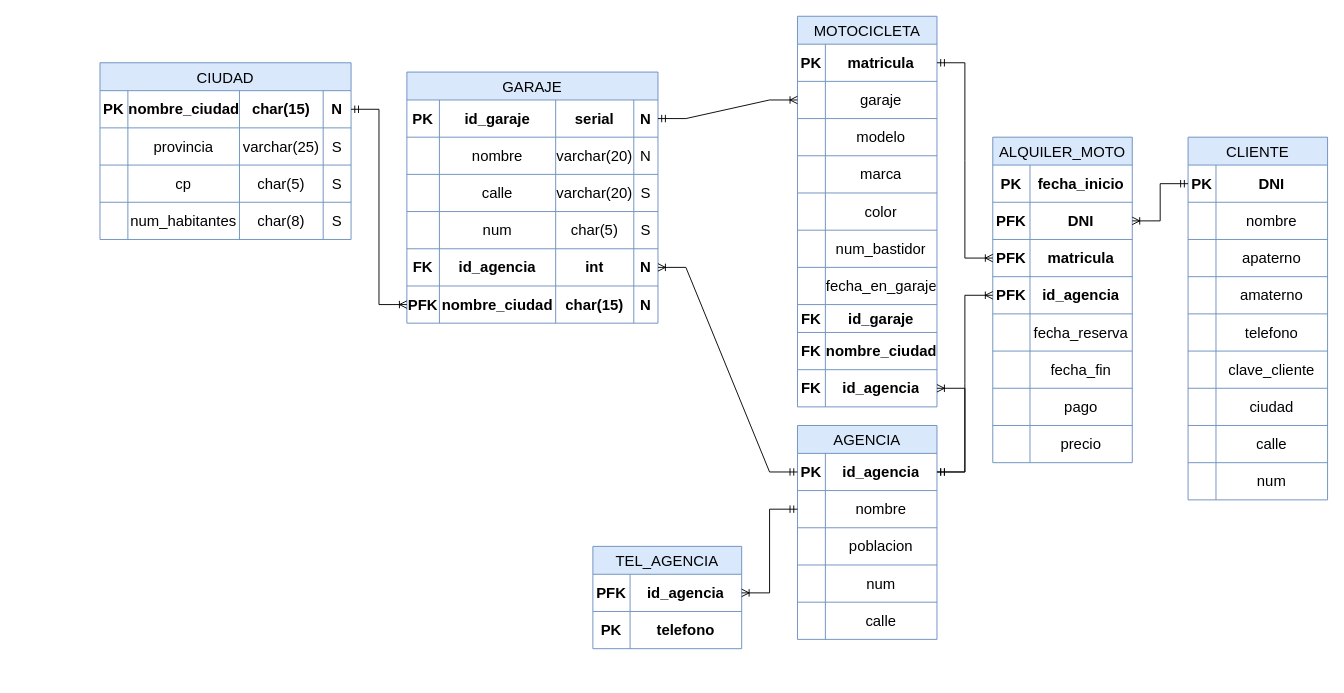
Before: Modelo Fisico Motocicletas TBD.drawio in misiomishi/itcj, a draw.io diagram. Source tidied: cells renumbered, new cells numbered last; positions are measured from the earlier drawing's top-left corner, leaving out a move shared by most shapes. Both pictures are drawn from the tidied source at 93%, with x=0, y=0 at pixel (100, 16).
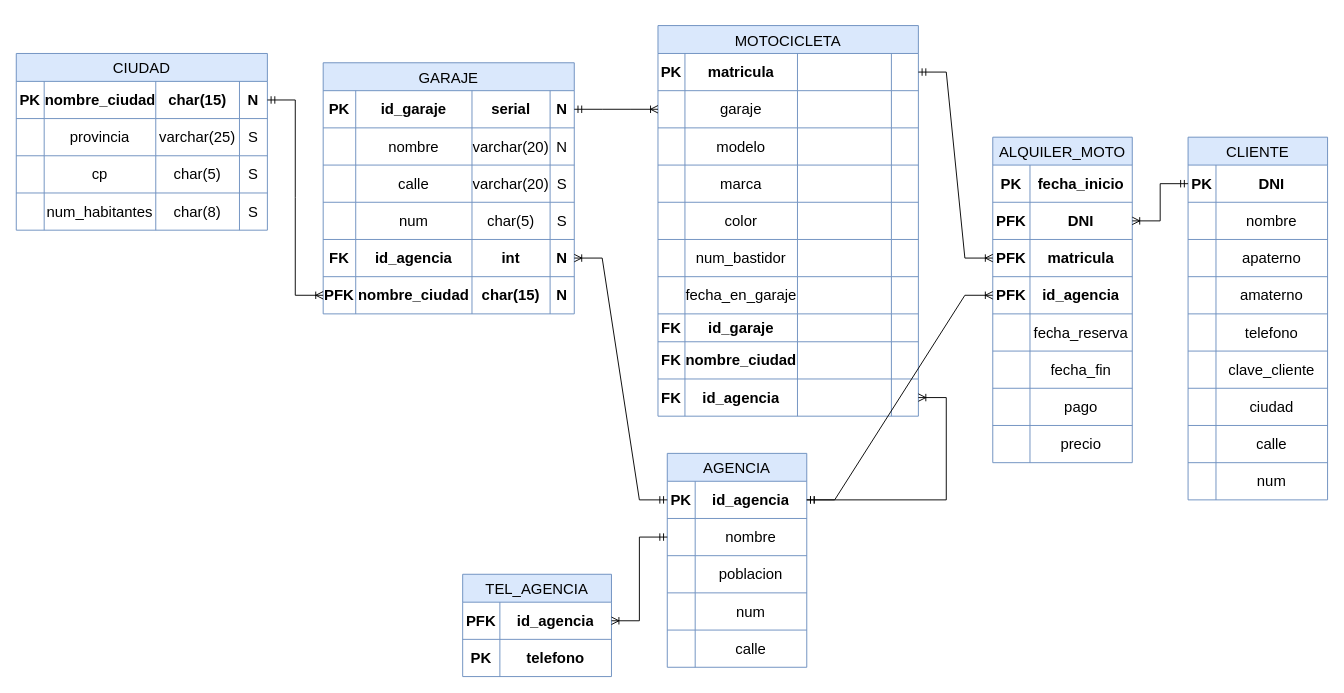
The same diagram, later.

Diff of the diagram source:
```diff
@@
     <mxCell id="2" value="CIUDAD" style="shape=table;startSize=30;childLayout=tableLayout;strokeColor=#6c8ebf;fontSize=16;fillColor=#dae8fc;" parent="1" vertex="1">
-      <mxGeometry y="50" width="270" height="190" as="geometry" />
+      <mxGeometry x="-90" y="40" width="270" height="190" as="geometry" />
     </mxCell>
@@
     <mxCell id="23" value="AGENCIA" style="shape=table;startSize=30;childLayout=tableLayout;strokeColor=#6c8ebf;fontSize=16;fillColor=#dae8fc;" parent="1" vertex="1">
-      <mxGeometry x="750" y="440" width="150" height="230" as="geometry" />
+      <mxGeometry x="610" y="470" width="150" height="230" as="geometry" />
     </mxCell>
@@
     <mxCell id="67" value="MOTOCICLETA" style="shape=table;startSize=30;childLayout=tableLayout;strokeColor=#6c8ebf;fontSize=16;fillColor=#dae8fc;" parent="1" vertex="1">
-      <mxGeometry x="750" width="150" height="420" as="geometry" />
+      <mxGeometry x="600" y="10" width="280" height="420" as="geometry" />
     </mxCell>
     <mxCell id="68" style="shape=tableRow;horizontal=0;startSize=0;swimlaneHead=0;swimlaneBody=0;strokeColor=inherit;top=0;left=0;bottom=0;right=0;fillColor=none;points=[[0,0.5],[1,0.5]];portConstraint=eastwest;fontSize=16;" parent="67" vertex="1">
-      <mxGeometry y="30" width="150" height="40" as="geometry" />
+      <mxGeometry y="30" width="280" height="40" as="geometry" />
     </mxCell>
     <mxCell id="69" value="PK" style="shape=partialRectangle;html=1;whiteSpace=wrap;strokeColor=inherit;overflow=hidden;fillColor=none;top=0;left=0;bottom=0;right=0;fontSize=16;fontStyle=1;" parent="68" vertex="1">
-      <mxGeometry width="30" height="40" as="geometry" />
+      <mxGeometry width="29" height="40" as="geometry" />
     </mxCell>
     <mxCell id="70" value="matricula" style="shape=partialRectangle;html=1;whiteSpace=wrap;strokeColor=inherit;overflow=hidden;fillColor=none;top=0;left=0;bottom=0;right=0;fontSize=16;fontStyle=1;" parent="68" vertex="1">
-      <mxGeometry x="30" width="120" height="40" as="geometry" />
+      <mxGeometry x="29" width="121" height="40" as="geometry" />
     </mxCell>
+    <mxCell id="169" style="shape=partialRectangle;html=1;whiteSpace=wrap;strokeColor=inherit;overflow=hidden;fillColor=none;top=0;left=0;bottom=0;right=0;fontSize=16;fontStyle=1;" parent="68" vertex="1">
+      <mxGeometry x="150" width="101" height="40" as="geometry" />
+    </mxCell>
+    <mxCell id="170" style="shape=partialRectangle;html=1;whiteSpace=wrap;strokeColor=inherit;overflow=hidden;fillColor=none;top=0;left=0;bottom=0;right=0;fontSize=16;fontStyle=1;" parent="68" vertex="1">
+      <mxGeometry x="251" width="29" height="40" as="geometry" />
+    </mxCell>
     <mxCell id="71" style="shape=tableRow;horizontal=0;startSize=0;swimlaneHead=0;swimlaneBody=0;strokeColor=inherit;top=0;left=0;bottom=0;right=0;fillColor=none;points=[[0,0.5],[1,0.5]];portConstraint=eastwest;fontSize=16;" parent="67" vertex="1">
-      <mxGeometry y="70" width="150" height="40" as="geometry" />
+      <mxGeometry y="70" width="280" height="40" as="geometry" />
     </mxCell>
     <mxCell id="72" style="shape=partialRectangle;html=1;whiteSpace=wrap;strokeColor=inherit;overflow=hidden;fillColor=none;top=0;left=0;bottom=0;right=0;fontSize=16;" parent="71" vertex="1">
-      <mxGeometry width="30" height="40" as="geometry" />
+      <mxGeometry width="29" height="40" as="geometry" />
     </mxCell>
     <mxCell id="73" value="garaje" style="shape=partialRectangle;html=1;whiteSpace=wrap;strokeColor=inherit;overflow=hidden;fillColor=none;top=0;left=0;bottom=0;right=0;fontSize=16;" parent="71" vertex="1">
-      <mxGeometry x="30" width="120" height="40" as="geometry" />
+      <mxGeometry x="29" width="121" height="40" as="geometry" />
     </mxCell>
+    <mxCell id="171" style="shape=partialRectangle;html=1;whiteSpace=wrap;strokeColor=inherit;overflow=hidden;fillColor=none;top=0;left=0;bottom=0;right=0;fontSize=16;" parent="71" vertex="1">
+      <mxGeometry x="150" width="101" height="40" as="geometry" />
+    </mxCell>
+    <mxCell id="172" style="shape=partialRectangle;html=1;whiteSpace=wrap;strokeColor=inherit;overflow=hidden;fillColor=none;top=0;left=0;bottom=0;right=0;fontSize=16;" parent="71" vertex="1">
+      <mxGeometry x="251" width="29" height="40" as="geometry" />
+    </mxCell>
     <mxCell id="74" style="shape=tableRow;horizontal=0;startSize=0;swimlaneHead=0;swimlaneBody=0;strokeColor=inherit;top=0;left=0;bottom=0;right=0;fillColor=none;fontSize=16;" parent="67" vertex="1">
-      <mxGeometry y="110" width="150" height="40" as="geometry" />
+      <mxGeometry y="110" width="280" height="40" as="geometry" />
     </mxCell>
     <mxCell id="75" style="shape=partialRectangle;html=1;whiteSpace=wrap;strokeColor=inherit;overflow=hidden;fillColor=none;top=0;left=0;bottom=0;right=0;fontSize=16;" parent="74" vertex="1">
-      <mxGeometry width="30" height="40" as="geometry" />
+      <mxGeometry width="29" height="40" as="geometry" />
     </mxCell>
     <mxCell id="76" value="modelo" style="shape=partialRectangle;html=1;whiteSpace=wrap;strokeColor=inherit;overflow=hidden;fillColor=none;top=0;left=0;bottom=0;right=0;fontSize=16;" parent="74" vertex="1">
-      <mxGeometry x="30" width="120" height="40" as="geometry" />
+      <mxGeometry x="29" width="121" height="40" as="geometry" />
     </mxCell>
+    <mxCell id="173" style="shape=partialRectangle;html=1;whiteSpace=wrap;strokeColor=inherit;overflow=hidden;fillColor=none;top=0;left=0;bottom=0;right=0;fontSize=16;" parent="74" vertex="1">
+      <mxGeometry x="150" width="101" height="40" as="geometry" />
+    </mxCell>
+    <mxCell id="174" style="shape=partialRectangle;html=1;whiteSpace=wrap;strokeColor=inherit;overflow=hidden;fillColor=none;top=0;left=0;bottom=0;right=0;fontSize=16;" parent="74" vertex="1">
+      <mxGeometry x="251" width="29" height="40" as="geometry" />
+    </mxCell>
     <mxCell id="77" style="shape=tableRow;horizontal=0;startSize=0;swimlaneHead=0;swimlaneBody=0;strokeColor=inherit;top=0;left=0;bottom=0;right=0;fillColor=none;fontSize=16;" parent="67" vertex="1">
-      <mxGeometry y="150" width="150" height="40" as="geometry" />
+      <mxGeometry y="150" width="280" height="40" as="geometry" />
     </mxCell>
     <mxCell id="78" style="shape=partialRectangle;html=1;whiteSpace=wrap;strokeColor=inherit;overflow=hidden;fillColor=none;top=0;left=0;bottom=0;right=0;fontSize=16;" parent="77" vertex="1">
-      <mxGeometry width="30" height="40" as="geometry" />
+      <mxGeometry width="29" height="40" as="geometry" />
     </mxCell>
     <mxCell id="79" value="marca" style="shape=partialRectangle;html=1;whiteSpace=wrap;strokeColor=inherit;overflow=hidden;fillColor=none;top=0;left=0;bottom=0;right=0;fontSize=16;" parent="77" vertex="1">
-      <mxGeometry x="30" width="120" height="40" as="geometry" />
+      <mxGeometry x="29" width="121" height="40" as="geometry" />
     </mxCell>
+    <mxCell id="175" style="shape=partialRectangle;html=1;whiteSpace=wrap;strokeColor=inherit;overflow=hidden;fillColor=none;top=0;left=0;bottom=0;right=0;fontSize=16;" parent="77" vertex="1">
+      <mxGeometry x="150" width="101" height="40" as="geometry" />
+    </mxCell>
+    <mxCell id="176" style="shape=partialRectangle;html=1;whiteSpace=wrap;strokeColor=inherit;overflow=hidden;fillColor=none;top=0;left=0;bottom=0;right=0;fontSize=16;" parent="77" vertex="1">
+      <mxGeometry x="251" width="29" height="40" as="geometry" />
+    </mxCell>
     <mxCell id="80" style="shape=tableRow;horizontal=0;startSize=0;swimlaneHead=0;swimlaneBody=0;strokeColor=inherit;top=0;left=0;bottom=0;right=0;fillColor=none;fontSize=16;" parent="67" vertex="1">
-      <mxGeometry y="190" width="150" height="40" as="geometry" />
+      <mxGeometry y="190" width="280" height="40" as="geometry" />
     </mxCell>
     <mxCell id="81" style="shape=partialRectangle;html=1;whiteSpace=wrap;strokeColor=inherit;overflow=hidden;fillColor=none;top=0;left=0;bottom=0;right=0;fontSize=16;" parent="80" vertex="1">
-      <mxGeometry width="30" height="40" as="geometry" />
+      <mxGeometry width="29" height="40" as="geometry" />
     </mxCell>
     <mxCell id="82" value="color" style="shape=partialRectangle;html=1;whiteSpace=wrap;strokeColor=inherit;overflow=hidden;fillColor=none;top=0;left=0;bottom=0;right=0;fontSize=16;" parent="80" vertex="1">
-      <mxGeometry x="30" width="120" height="40" as="geometry" />
+      <mxGeometry x="29" width="121" height="40" as="geometry" />
     </mxCell>
+    <mxCell id="177" style="shape=partialRectangle;html=1;whiteSpace=wrap;strokeColor=inherit;overflow=hidden;fillColor=none;top=0;left=0;bottom=0;right=0;fontSize=16;" parent="80" vertex="1">
+      <mxGeometry x="150" width="101" height="40" as="geometry" />
+    </mxCell>
+    <mxCell id="178" style="shape=partialRectangle;html=1;whiteSpace=wrap;strokeColor=inherit;overflow=hidden;fillColor=none;top=0;left=0;bottom=0;right=0;fontSize=16;" parent="80" vertex="1">
+      <mxGeometry x="251" width="29" height="40" as="geometry" />
+    </mxCell>
     <mxCell id="83" style="shape=tableRow;horizontal=0;startSize=0;swimlaneHead=0;swimlaneBody=0;strokeColor=inherit;top=0;left=0;bottom=0;right=0;fillColor=none;fontSize=16;" parent="67" vertex="1">
-      <mxGeometry y="230" width="150" height="40" as="geometry" />
+      <mxGeometry y="230" width="280" height="40" as="geometry" />
     </mxCell>
     <mxCell id="84" style="shape=partialRectangle;html=1;whiteSpace=wrap;strokeColor=inherit;overflow=hidden;fillColor=none;top=0;left=0;bottom=0;right=0;fontSize=16;" parent="83" vertex="1">
-      <mxGeometry width="30" height="40" as="geometry" />
+      <mxGeometry width="29" height="40" as="geometry" />
     </mxCell>
     <mxCell id="85" value="num_bastidor" style="shape=partialRectangle;html=1;whiteSpace=wrap;strokeColor=inherit;overflow=hidden;fillColor=none;top=0;left=0;bottom=0;right=0;fontSize=16;" parent="83" vertex="1">
-      <mxGeometry x="30" width="120" height="40" as="geometry" />
+      <mxGeometry x="29" width="121" height="40" as="geometry" />
     </mxCell>
+    <mxCell id="179" style="shape=partialRectangle;html=1;whiteSpace=wrap;strokeColor=inherit;overflow=hidden;fillColor=none;top=0;left=0;bottom=0;right=0;fontSize=16;" parent="83" vertex="1">
+      <mxGeometry x="150" width="101" height="40" as="geometry" />
+    </mxCell>
+    <mxCell id="180" style="shape=partialRectangle;html=1;whiteSpace=wrap;strokeColor=inherit;overflow=hidden;fillColor=none;top=0;left=0;bottom=0;right=0;fontSize=16;" parent="83" vertex="1">
+      <mxGeometry x="251" width="29" height="40" as="geometry" />
+    </mxCell>
     <mxCell id="86" style="shape=tableRow;horizontal=0;startSize=0;swimlaneHead=0;swimlaneBody=0;strokeColor=inherit;top=0;left=0;bottom=0;right=0;fillColor=none;fontSize=16;" parent="67" vertex="1">
-      <mxGeometry y="270" width="150" height="40" as="geometry" />
+      <mxGeometry y="270" width="280" height="40" as="geometry" />
     </mxCell>
     <mxCell id="87" style="shape=partialRectangle;html=1;whiteSpace=wrap;strokeColor=inherit;overflow=hidden;fillColor=none;top=0;left=0;bottom=0;right=0;fontSize=16;" parent="86" vertex="1">
-      <mxGeometry width="30" height="40" as="geometry" />
+      <mxGeometry width="29" height="40" as="geometry" />
     </mxCell>
     <mxCell id="88" value="fecha_en_garaje" style="shape=partialRectangle;html=1;whiteSpace=wrap;strokeColor=inherit;overflow=hidden;fillColor=none;top=0;left=0;bottom=0;right=0;fontSize=16;" parent="86" vertex="1">
-      <mxGeometry x="30" width="120" height="40" as="geometry" />
+      <mxGeometry x="29" width="121" height="40" as="geometry" />
     </mxCell>
+    <mxCell id="181" style="shape=partialRectangle;html=1;whiteSpace=wrap;strokeColor=inherit;overflow=hidden;fillColor=none;top=0;left=0;bottom=0;right=0;fontSize=16;" parent="86" vertex="1">
+      <mxGeometry x="150" width="101" height="40" as="geometry" />
+    </mxCell>
+    <mxCell id="182" style="shape=partialRectangle;html=1;whiteSpace=wrap;strokeColor=inherit;overflow=hidden;fillColor=none;top=0;left=0;bottom=0;right=0;fontSize=16;" parent="86" vertex="1">
+      <mxGeometry x="251" width="29" height="40" as="geometry" />
+    </mxCell>
     <mxCell id="89" style="shape=tableRow;horizontal=0;startSize=0;swimlaneHead=0;swimlaneBody=0;strokeColor=inherit;top=0;left=0;bottom=0;right=0;fillColor=none;fontSize=16;fontStyle=1;" parent="67" vertex="1">
-      <mxGeometry y="310" width="150" height="30" as="geometry" />
+      <mxGeometry y="310" width="280" height="30" as="geometry" />
     </mxCell>
     <mxCell id="90" value="FK" style="shape=partialRectangle;html=1;whiteSpace=wrap;strokeColor=inherit;overflow=hidden;fillColor=none;top=0;left=0;bottom=0;right=0;fontSize=16;fontStyle=1;" parent="89" vertex="1">
-      <mxGeometry width="30" height="30" as="geometry" />
+      <mxGeometry width="29" height="30" as="geometry" />
     </mxCell>
     <mxCell id="91" value="id_garaje" style="shape=partialRectangle;html=1;whiteSpace=wrap;strokeColor=inherit;overflow=hidden;fillColor=none;top=0;left=0;bottom=0;right=0;fontSize=16;fontStyle=1;" parent="89" vertex="1">
-      <mxGeometry x="30" width="120" height="30" as="geometry" />
+      <mxGeometry x="29" width="121" height="30" as="geometry" />
     </mxCell>
+    <mxCell id="183" style="shape=partialRectangle;html=1;whiteSpace=wrap;strokeColor=inherit;overflow=hidden;fillColor=none;top=0;left=0;bottom=0;right=0;fontSize=16;fontStyle=1;" parent="89" vertex="1">
+      <mxGeometry x="150" width="101" height="30" as="geometry" />
+    </mxCell>
+    <mxCell id="184" style="shape=partialRectangle;html=1;whiteSpace=wrap;strokeColor=inherit;overflow=hidden;fillColor=none;top=0;left=0;bottom=0;right=0;fontSize=16;fontStyle=1;" parent="89" vertex="1">
+      <mxGeometry x="251" width="29" height="30" as="geometry" />
+    </mxCell>
     <mxCell id="92" style="shape=tableRow;horizontal=0;startSize=0;swimlaneHead=0;swimlaneBody=0;strokeColor=inherit;top=0;left=0;bottom=0;right=0;fillColor=none;fontSize=16;fontStyle=1;" parent="67" vertex="1">
-      <mxGeometry y="340" width="150" height="40" as="geometry" />
+      <mxGeometry y="340" width="280" height="40" as="geometry" />
     </mxCell>
     <mxCell id="93" value="FK" style="shape=partialRectangle;html=1;whiteSpace=wrap;strokeColor=inherit;overflow=hidden;fillColor=none;top=0;left=0;bottom=0;right=0;fontSize=16;fontStyle=1;" parent="92" vertex="1">
-      <mxGeometry width="30" height="40" as="geometry" />
+      <mxGeometry width="29" height="40" as="geometry" />
     </mxCell>
     <mxCell id="94" value="nombre_ciudad" style="shape=partialRectangle;html=1;whiteSpace=wrap;strokeColor=inherit;overflow=hidden;fillColor=none;top=0;left=0;bottom=0;right=0;fontSize=16;fontStyle=1;" parent="92" vertex="1">
-      <mxGeometry x="30" width="120" height="40" as="geometry" />
+      <mxGeometry x="29" width="121" height="40" as="geometry" />
     </mxCell>
+    <mxCell id="185" style="shape=partialRectangle;html=1;whiteSpace=wrap;strokeColor=inherit;overflow=hidden;fillColor=none;top=0;left=0;bottom=0;right=0;fontSize=16;fontStyle=1;" parent="92" vertex="1">
+      <mxGeometry x="150" width="101" height="40" as="geometry" />
+    </mxCell>
+    <mxCell id="186" style="shape=partialRectangle;html=1;whiteSpace=wrap;strokeColor=inherit;overflow=hidden;fillColor=none;top=0;left=0;bottom=0;right=0;fontSize=16;fontStyle=1;" parent="92" vertex="1">
+      <mxGeometry x="251" width="29" height="40" as="geometry" />
+    </mxCell>
     <mxCell id="95" style="shape=tableRow;horizontal=0;startSize=0;swimlaneHead=0;swimlaneBody=0;strokeColor=inherit;top=0;left=0;bottom=0;right=0;fillColor=none;points=[[0,0.5],[1,0.5]];portConstraint=eastwest;fontSize=16;fontStyle=1;" parent="67" vertex="1">
-      <mxGeometry y="380" width="150" height="40" as="geometry" />
+      <mxGeometry y="380" width="280" height="40" as="geometry" />
     </mxCell>
     <mxCell id="96" value="FK" style="shape=partialRectangle;html=1;whiteSpace=wrap;strokeColor=inherit;overflow=hidden;fillColor=none;top=0;left=0;bottom=0;right=0;fontSize=16;fontStyle=1;" parent="95" vertex="1">
-      <mxGeometry width="30" height="40" as="geometry" />
+      <mxGeometry width="29" height="40" as="geometry" />
     </mxCell>
     <mxCell id="97" value="id_agencia" style="shape=partialRectangle;html=1;whiteSpace=wrap;strokeColor=inherit;overflow=hidden;fillColor=none;top=0;left=0;bottom=0;right=0;fontSize=16;fontStyle=1;" parent="95" vertex="1">
-      <mxGeometry x="30" width="120" height="40" as="geometry" />
+      <mxGeometry x="29" width="121" height="40" as="geometry" />
     </mxCell>
+    <mxCell id="187" style="shape=partialRectangle;html=1;whiteSpace=wrap;strokeColor=inherit;overflow=hidden;fillColor=none;top=0;left=0;bottom=0;right=0;fontSize=16;fontStyle=1;" parent="95" vertex="1">
+      <mxGeometry x="150" width="101" height="40" as="geometry" />
+    </mxCell>
+    <mxCell id="188" style="shape=partialRectangle;html=1;whiteSpace=wrap;strokeColor=inherit;overflow=hidden;fillColor=none;top=0;left=0;bottom=0;right=0;fontSize=16;fontStyle=1;" parent="95" vertex="1">
+      <mxGeometry x="251" width="29" height="40" as="geometry" />
+    </mxCell>
     <mxCell id="98" value="GARAJE" style="shape=table;startSize=30;childLayout=tableLayout;strokeColor=#6c8ebf;fontSize=16;fillColor=#dae8fc;" parent="1" vertex="1">
-      <mxGeometry x="330" y="60" width="270" height="270" as="geometry" />
+      <mxGeometry x="240" y="50" width="270" height="270" as="geometry" />
     </mxCell>
@@
     <mxCell id="161" value="TEL_AGENCIA" style="shape=table;startSize=30;childLayout=tableLayout;strokeColor=#6c8ebf;fontSize=16;fillColor=#dae8fc;" parent="1" vertex="1">
-      <mxGeometry x="530" y="570" width="160" height="110" as="geometry" />
+      <mxGeometry x="390" y="600" width="160" height="110" as="geometry" />
     </mxCell>
```
